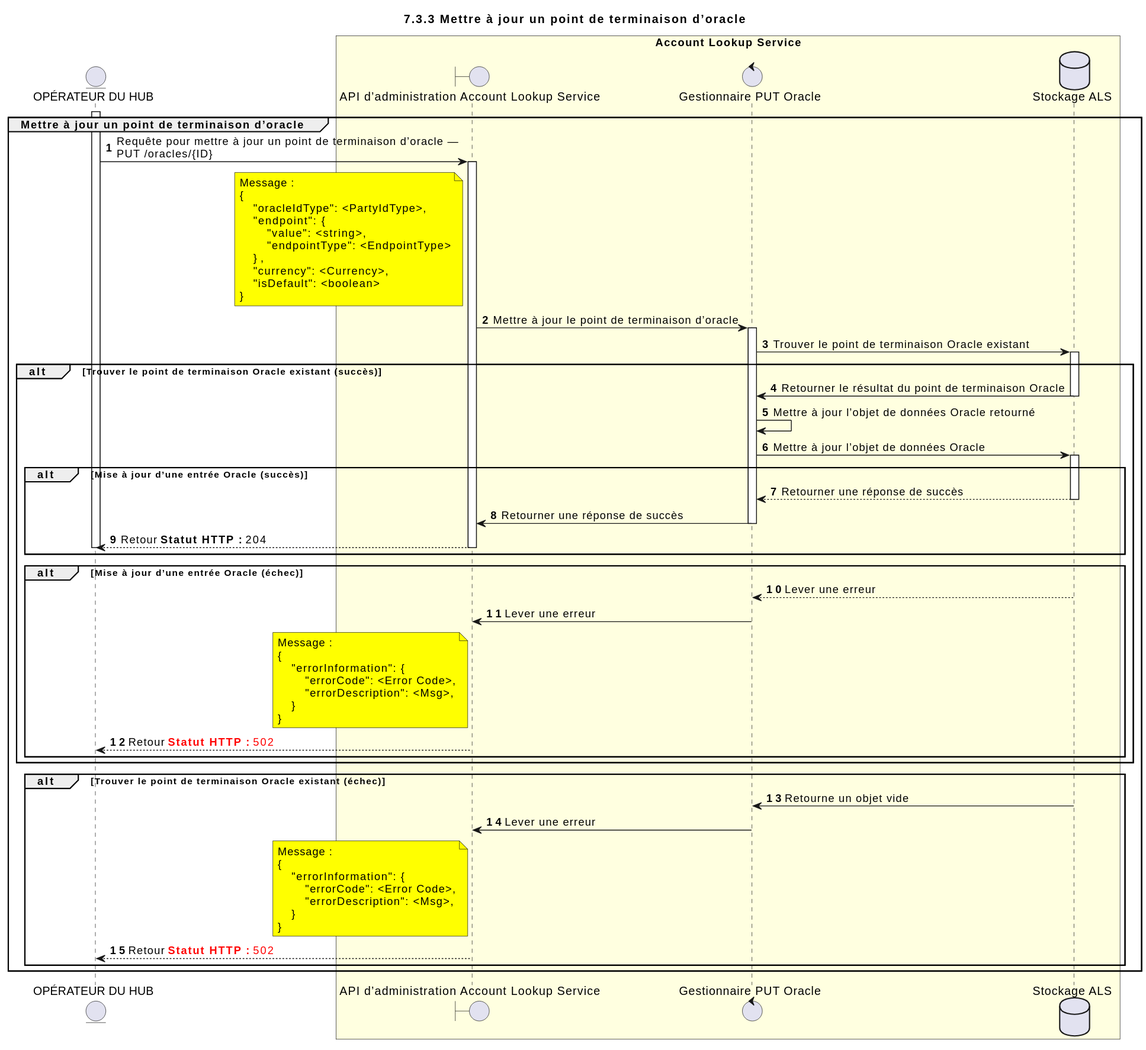
Earlier version of the PlantUML export docs/fr/technical/technical/account-lookup-service/assets/diagrams/sequence/seq-acct-lookup-admin-put-oracle-7.3.3.svg (mojaloop/documentation). Its source is kept beside it as docs/fr/technical/technical/account-lookup-service/assets/diagrams/sequence/seq-acct-lookup-admin-put-oracle-7.3.3.puml.
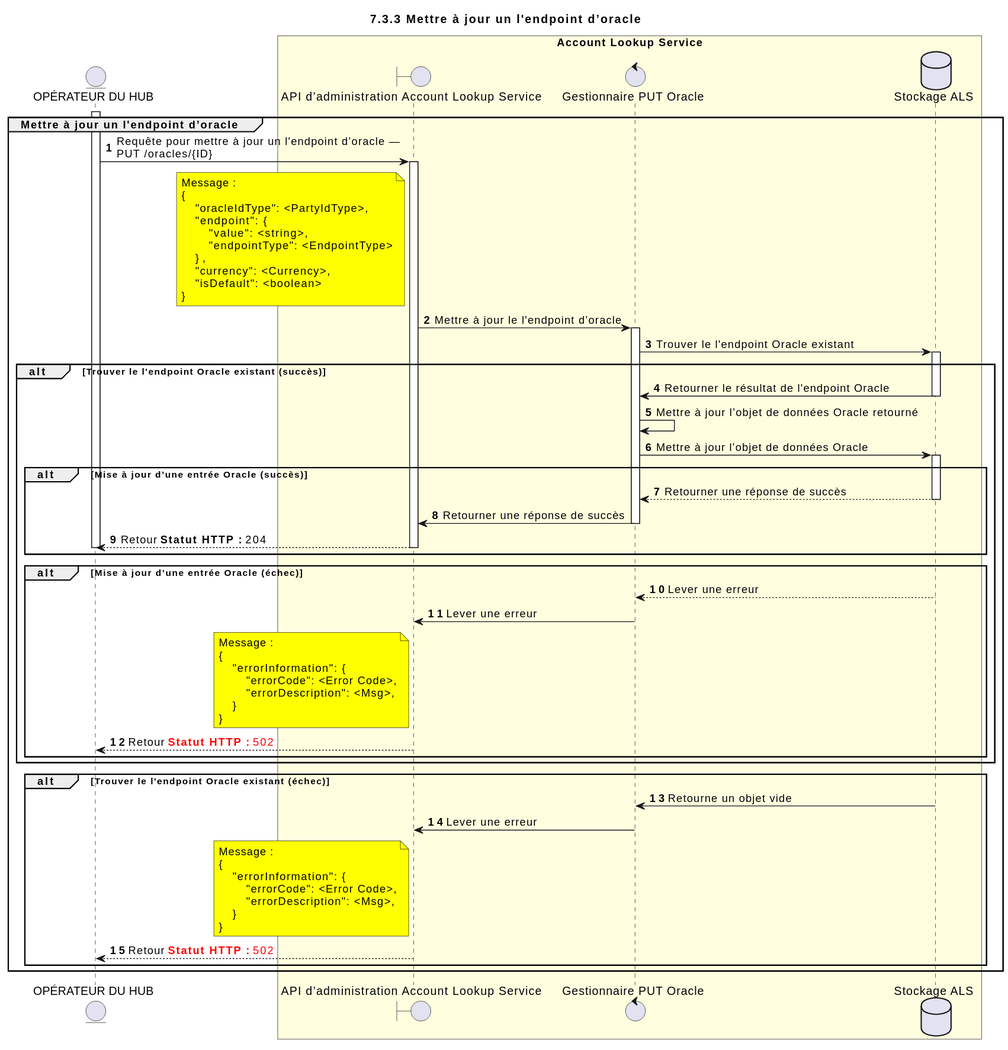
Above is the later version.

Change to the diagram source:
```diff
@@ -1,5 +1,5 @@
 @startuml
-title 7.3.3 Mettre à jour un point de terminaison d’oracle
+title 7.3.3 Mettre à jour un l'endpoint d’oracle
 
 autonumber
 
@@ -18,8 +18,8 @@
 
 
 activate OPERATOR
-group Mettre à jour un point de terminaison d’oracle
-  OPERATOR -> ALSADM: Requête pour mettre à jour un point de terminaison d’oracle —\nPUT /oracles/{ID}
+group Mettre à jour un l'endpoint d’oracle
+  OPERATOR -> ALSADM: Requête pour mettre à jour un l'endpoint d’oracle —\nPUT /oracles/{ID}
   note left of ALSADM #yellow
       Message :
       {
@@ -34,13 +34,13 @@
   end note
   activate ALSADM
 
-  ALSADM -> ORC_HANDLER: Mettre à jour le point de terminaison d’oracle
+  ALSADM -> ORC_HANDLER: Mettre à jour le l'endpoint d’oracle
 
   activate ORC_HANDLER
-  ORC_HANDLER -> DB: Trouver le point de terminaison Oracle existant
-  alt Trouver le point de terminaison Oracle existant (succès)
+  ORC_HANDLER -> DB: Trouver le l'endpoint Oracle existant
+  alt Trouver le l'endpoint Oracle existant (succès)
       activate DB
-          DB -> ORC_HANDLER: Retourner le résultat du point de terminaison Oracle
+          DB -> ORC_HANDLER: Retourner le résultat de l'endpoint Oracle
           deactivate DB
           ORC_HANDLER -> ORC_HANDLER: Mettre à jour l’objet de données Oracle retourné
           ORC_HANDLER -> DB: Mettre à jour l’objet de données Oracle
@@ -80,7 +80,7 @@
 
       end
   end
-  alt Trouver le point de terminaison Oracle existant (échec)
+  alt Trouver le l'endpoint Oracle existant (échec)
     DB -> ORC_HANDLER: Retourne un objet vide
     ORC_HANDLER -> ALSADM: Lever une erreur
     note left of ALSADM #yellow
```
